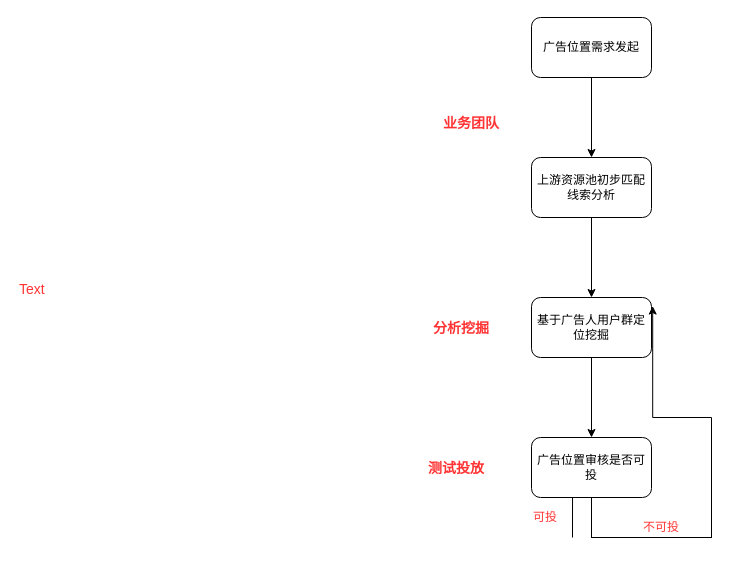
Above: 2.drawio in wanggan730/CrawlerOfItjuzi (draw.io), before the change. Source tidied: cells renumbered, new cells numbered last; positions are measured from the earlier drawing's top-left corner, leaving out a move shared by most shapes. Both pictures are drawn from the tidied source at 100%, with x=0, y=0 at pixel (17, 17).
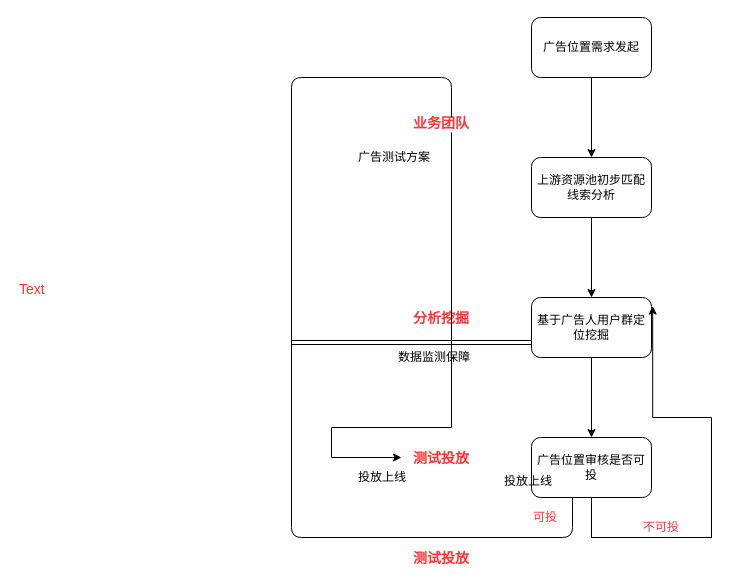
The same diagram, later.

Unchanged cells that the change refers to:
```xml
<mxCell id="7" value="基于广告人用户群定位挖掘" style="rounded=1;whiteSpace=wrap;html=1;" parent="1" vertex="1">
  <mxGeometry x="514" y="280" width="120" height="60" as="geometry" />
</mxCell>
<mxCell id="8" value="广告位置审核是否可投" style="rounded=1;whiteSpace=wrap;html=1;" parent="1" vertex="1">
  <mxGeometry x="514" y="420" width="120" height="60" as="geometry" />
</mxCell>
```

What changed in the source:
```diff
@@
     <mxCell id="14" value="分析挖掘" style="text;html=1;align=left;verticalAlign=top;spacingTop=-4;fontColor=#FF3333;fontSize=14;fontStyle=1;" parent="1" vertex="1">
-      <mxGeometry x="414" y="300" width="70" height="20" as="geometry" />
+      <mxGeometry x="394" y="290" width="70" height="20" as="geometry" />
     </mxCell>
+    <mxCell id="19" style="edgeStyle=orthogonalEdgeStyle;rounded=0;jettySize=auto;html=1;fontSize=12;fontColor=#000000;" parent="1" edge="1" source="15">
+      <mxGeometry relative="1" as="geometry">
+        <mxPoint x="384" y="440" as="targetPoint" />
+        <Array as="points">
+          <mxPoint x="434" y="410" />
+          <mxPoint x="314" y="410" />
+          <mxPoint x="314" y="440" />
+        </Array>
+      </mxGeometry>
+    </mxCell>
     <mxCell id="15" value="业务团队" style="text;html=1;points=[];align=left;verticalAlign=top;spacingTop=-4;fontSize=14;fontColor=#FF3333;fontStyle=1;" parent="1" vertex="1">
-      <mxGeometry x="424" y="95" width="70" height="20" as="geometry" />
+      <mxGeometry x="394" y="95" width="70" height="20" as="geometry" />
     </mxCell>
     <mxCell id="16" value="测试投放" style="text;html=1;align=left;verticalAlign=top;spacingTop=-4;fontSize=14;fontColor=#FF3333;fontStyle=1;" parent="1" vertex="1">
-      <mxGeometry x="409" y="440" width="70" height="20" as="geometry" />
+      <mxGeometry x="394" y="430" width="70" height="20" as="geometry" />
     </mxCell>
+    <mxCell id="20" value="测试投放" style="text;html=1;align=left;verticalAlign=top;spacingTop=-4;fontSize=14;fontColor=#FF3333;fontStyle=1;" parent="1" vertex="1">
+      <mxGeometry x="394" y="530" width="70" height="20" as="geometry" />
+    </mxCell>
@@
-    <mxCell id="18" style="endArrow=none;html=1;fontSize=14;fontColor=#FF3333;entryX=0.342;entryY=1;entryDx=0;entryDy=0;entryPerimeter=0;" parent="1" edge="1" target="8">
+    <mxCell id="18" style="endArrow=none;html=1;fontSize=14;fontColor=#FF3333;entryX=0.342;entryY=1;entryDx=0;entryDy=0;entryPerimeter=0;exitX=0.571;exitY=0.25;exitDx=0;exitDy=0;exitPerimeter=0;" parent="1" edge="1" source="15" target="8">
       <mxGeometry relative="1" as="geometry">
-        <mxPoint x="555" y="520" as="sourcePoint" />
+        <Array as="points">
+          <mxPoint x="434" y="60" />
+          <mxPoint x="274" y="60" />
+          <mxPoint x="274" y="520" />
+          <mxPoint x="555" y="520" />
+        </Array>
       </mxGeometry>
     </mxCell>
+    <mxCell id="21" style="shape=link;html=1;fontSize=14;fontColor=#FF3333;entryX=0;entryY=0.75;entryDx=0;entryDy=0;" parent="1" edge="1" target="7">
+      <mxGeometry relative="1" as="geometry">
+        <mxPoint x="274" y="325" as="sourcePoint" />
+      </mxGeometry>
+    </mxCell>
+    <mxCell id="22" value="数据监测保障" style="text;html=1;align=left;verticalAlign=top;spacingTop=-4;fontSize=12;fontColor=#000000;" parent="1" vertex="1">
+      <mxGeometry x="379" y="330" width="100" height="20" as="geometry" />
+    </mxCell>
+    <mxCell id="23" value="广告测试方案" style="text;html=1;align=left;verticalAlign=top;spacingTop=-4;fontSize=12;fontColor=#000000;" parent="1" vertex="1">
+      <mxGeometry x="339" y="130" width="90" height="20" as="geometry" />
+    </mxCell>
+    <mxCell id="24" value="投放上线" style="text;html=1;align=left;verticalAlign=top;spacingTop=-4;fontSize=12;fontColor=#000000;" parent="1" vertex="1">
+      <mxGeometry x="339" y="450" width="60" height="20" as="geometry" />
+    </mxCell>
+    <mxCell id="25" value="投放上线" style="text;html=1;align=left;verticalAlign=top;spacingTop=-4;fontSize=12;fontColor=#000000;" parent="1" vertex="1">
+      <mxGeometry x="485" y="454" width="60" height="20" as="geometry" />
+    </mxCell>
```
